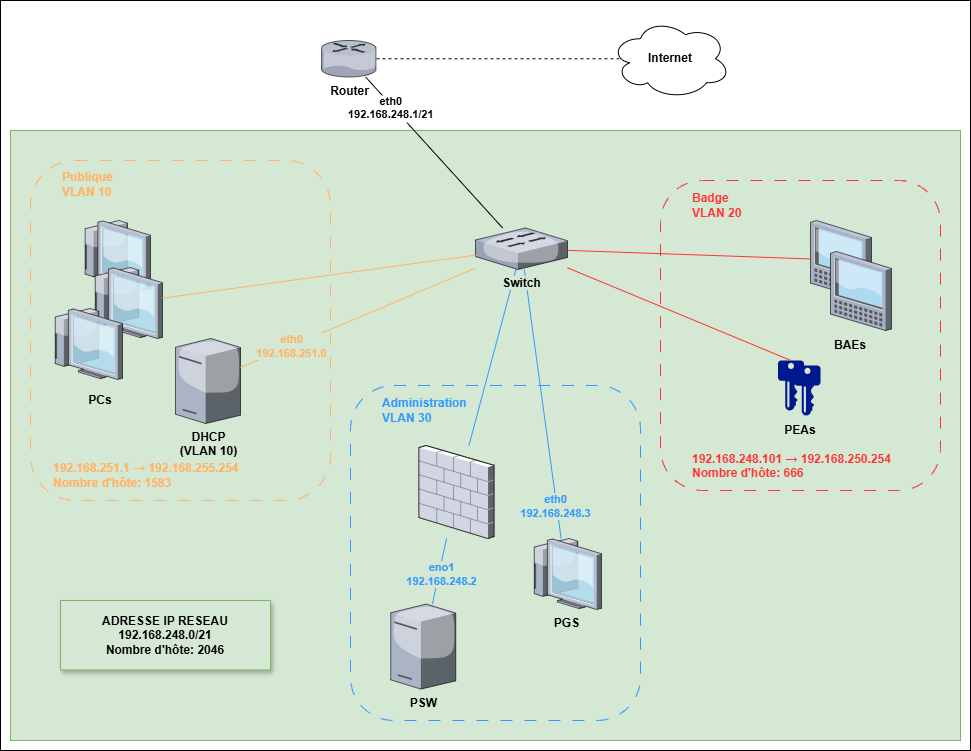
Before: PartieCommune/Reseau/InfraReseau(finale).png, a diagram exported from draw.io (RobinMartineau/Acc-s-campus-). Source tidied: cells renumbered, new cells last; positions are measured from the earlier drawing's top-left corner, leaving out a move shared by most shapes.
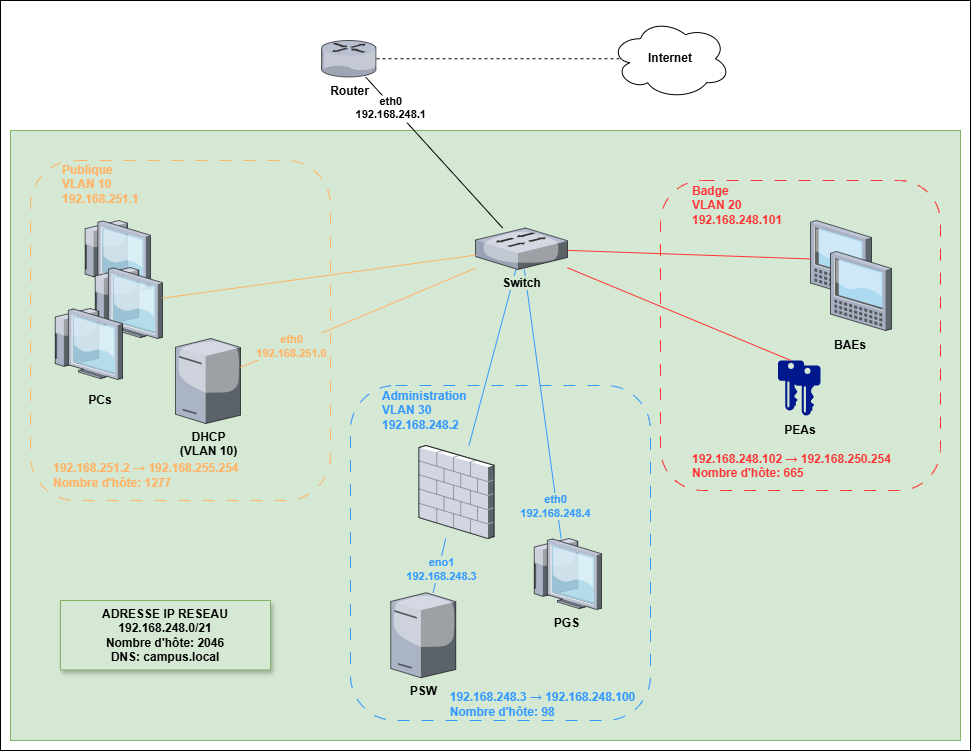
The same diagram one commit later.

Commit message:
Modification du shemas reseau

The edit, as a diff of the source:
```diff
@@ -12,7 +12,7 @@
       <mxGeometry x="30" y="160" width="300" height="340" as="geometry" />
     </mxCell>
     <mxCell id="5" style="rounded=1;whiteSpace=wrap;html=1;fillColor=none;dashed=1;dashPattern=12 12;strokeColor=#3399FF;" parent="1" vertex="1">
-      <mxGeometry x="350" y="385" width="290" height="335" as="geometry" />
+      <mxGeometry x="350" y="385" width="300" height="335" as="geometry" />
     </mxCell>
     <mxCell id="6" style="rounded=1;whiteSpace=wrap;html=1;dashed=1;dashPattern=12 12;fillColor=none;strokeColor=#FF3333;fontStyle=0;strokeWidth=1;perimeterSpacing=0;" parent="1" vertex="1">
       <mxGeometry x="660" y="180" width="280" height="310" as="geometry" />
@@ -26,7 +26,7 @@
     <mxCell id="9" style="shadow=0;dashed=0;html=1;strokeColor=none;labelPosition=center;verticalLabelPosition=bottom;verticalAlign=top;align=center;fillColor=#00188D;shape=mxgraph.mscae.enterprise.key_permissions;" parent="1" vertex="1">
       <mxGeometry x="794" y="365" width="26" height="50" as="geometry" />
     </mxCell>
-    <mxCell id="10" value="&lt;span&gt;ADRESSE IP RESEAU 192.168.248.0/21&lt;/span&gt;&lt;div&gt;&lt;span&gt;Nombre d'hôte:&amp;nbsp;&lt;/span&gt;&lt;span style=&quot;background-color: transparent; color: light-dark(rgb(0, 0, 0), rgb(255, 255, 255));&quot;&gt;2046&lt;/span&gt;&lt;/div&gt;" style="text;html=1;align=center;verticalAlign=middle;whiteSpace=wrap;rounded=0;fontStyle=1;fillColor=#d5e8d4;strokeColor=#82b366;shadow=1;" parent="1" vertex="1">
+    <mxCell id="10" value="&lt;span&gt;ADRESSE IP RESEAU 192.168.248.0/21&lt;/span&gt;&lt;div&gt;&lt;span&gt;Nombre d'hôte:&amp;nbsp;&lt;/span&gt;&lt;span style=&quot;background-color: transparent; color: light-dark(rgb(0, 0, 0), rgb(255, 255, 255));&quot;&gt;2046&lt;/span&gt;&lt;/div&gt;&lt;div&gt;&lt;span style=&quot;background-color: transparent; color: light-dark(rgb(0, 0, 0), rgb(255, 255, 255));&quot;&gt;DNS: campus.local&lt;/span&gt;&lt;/div&gt;" style="text;html=1;align=center;verticalAlign=middle;whiteSpace=wrap;rounded=0;fontStyle=1;fillColor=#d5e8d4;strokeColor=#82b366;shadow=1;" parent="1" vertex="1">
       <mxGeometry x="60" y="600" width="210" height="69.5" as="geometry" />
     </mxCell>
     <mxCell id="11" style="verticalLabelPosition=bottom;sketch=0;html=1;verticalAlign=top;strokeColor=none;align=center;outlineConnect=0;shape=mxgraph.citrix.tablet_1;" parent="1" vertex="1">
@@ -35,7 +35,7 @@
     <mxCell id="12" style="endArrow=none;html=1;rounded=0;strokeColor=#3399FF;" parent="1" edge="1" source="8" target="15">
       <mxGeometry relative="1" as="geometry" />
     </mxCell>
-    <mxCell id="13" value="eth0&lt;div&gt;192.168.248.3&lt;/div&gt;" style="edgeLabel;html=1;align=center;verticalAlign=middle;labelBackgroundColor=light-dark(#d5e8d4, #214210);fontStyle=1;fontColor=#3399FF;" parent="12" vertex="1">
+    <mxCell id="13" value="eth0&lt;div&gt;192.168.248.4&lt;/div&gt;" style="edgeLabel;html=1;align=center;verticalAlign=middle;labelBackgroundColor=light-dark(#d5e8d4, #214210);fontStyle=1;fontColor=#3399FF;" parent="12" vertex="1">
       <mxGeometry x="0.15" y="-2" relative="1" as="geometry">
         <mxPoint x="13" y="122" as="offset" />
       </mxGeometry>
@@ -50,7 +50,7 @@
       <mxGeometry relative="1" as="geometry" />
     </mxCell>
     <mxCell id="17" value="&lt;b&gt;PSW&lt;/b&gt;" style="verticalLabelPosition=bottom;sketch=0;html=1;verticalAlign=top;strokeColor=none;align=center;outlineConnect=0;shape=mxgraph.citrix.tower_server;" parent="1" vertex="1">
-      <mxGeometry x="390.2" y="603.6" width="65" height="85" as="geometry" />
+      <mxGeometry x="390.2" y="592.2" width="65" height="85" as="geometry" />
     </mxCell>
     <mxCell id="18" value="&lt;b&gt;Router&lt;/b&gt;" style="verticalLabelPosition=bottom;sketch=0;html=1;verticalAlign=top;strokeColor=none;align=center;outlineConnect=0;shape=mxgraph.citrix.router;" parent="1" vertex="1">
       <mxGeometry x="321" y="40" width="55" height="36.5" as="geometry" />
@@ -58,15 +58,15 @@
     <mxCell id="19" style="endArrow=none;html=1;rounded=0;" parent="1" edge="1" source="15" target="18">
       <mxGeometry relative="1" as="geometry" />
     </mxCell>
-    <mxCell id="20" value="eth0&#10;192.168.248.1/21" style="edgeLabel;align=center;verticalAlign=middle;labelBackgroundColor=default;textShadow=0;fontStyle=1;" parent="19" vertex="1">
+    <mxCell id="20" value="eth0&#10;192.168.248.1" style="edgeLabel;align=center;verticalAlign=middle;labelBackgroundColor=default;textShadow=0;fontStyle=1;" parent="19" vertex="1">
       <mxGeometry x="0.28" y="2" relative="1" as="geometry">
         <mxPoint x="-23" y="-26" as="offset" />
       </mxGeometry>
     </mxCell>
-    <mxCell id="21" value="192.168.248.101 → 192.168.250.254 Nombre d'hôte: 666" style="text;whiteSpace=wrap;html=1;fontColor=#FF3333;fontStyle=1;" parent="1" vertex="1">
+    <mxCell id="21" value="192.168.248.102 → 192.168.250.254 Nombre d'hôte: 665" style="text;whiteSpace=wrap;html=1;fontColor=#FF3333;fontStyle=1;" parent="1" vertex="1">
       <mxGeometry x="690" y="445" width="230" height="40" as="geometry" />
     </mxCell>
-    <mxCell id="22" value="&lt;div&gt;Badge&lt;/div&gt;VLAN 20" style="text;html=1;align=left;verticalAlign=middle;whiteSpace=wrap;rounded=0;fontColor=#FF3333;fontStyle=1;" parent="1" vertex="1">
+    <mxCell id="22" value="&lt;div&gt;Badge&lt;/div&gt;VLAN 20&lt;div&gt;192.168.248.101&lt;/div&gt;" style="text;html=1;align=left;verticalAlign=middle;whiteSpace=wrap;rounded=0;fontColor=#FF3333;fontStyle=1;" parent="1" vertex="1">
       <mxGeometry x="690" y="190" width="120" height="30" as="geometry" />
     </mxCell>
     <mxCell id="23" style="endArrow=none;html=1;rounded=0;entryX=0.5;entryY=0;entryDx=0;entryDy=0;entryPerimeter=0;strokeColor=#FF3333;" parent="1" edge="1" source="15" target="7">
@@ -81,13 +81,13 @@
     <mxCell id="26" value="PEAs" style="text;html=1;align=center;verticalAlign=middle;whiteSpace=wrap;rounded=0;fontStyle=1;" parent="1" vertex="1">
       <mxGeometry x="770" y="415" width="60" height="30" as="geometry" />
     </mxCell>
-    <mxCell id="27" value="Publique&lt;div&gt;&lt;font&gt;VLAN 10&lt;/font&gt;&lt;/div&gt;" style="text;html=1;align=left;verticalAlign=middle;whiteSpace=wrap;rounded=0;fontStyle=1;fontColor=#FFB366;" parent="1" vertex="1">
+    <mxCell id="27" value="Publique&lt;div&gt;&lt;font&gt;VLAN 10&lt;/font&gt;&lt;/div&gt;&lt;div&gt;&lt;font&gt;192.168.251.1&lt;/font&gt;&lt;/div&gt;" style="text;html=1;align=left;verticalAlign=middle;whiteSpace=wrap;rounded=0;fontStyle=1;fontColor=#FFB366;" parent="1" vertex="1">
       <mxGeometry x="60" y="169" width="60" height="30" as="geometry" />
     </mxCell>
     <mxCell id="28" value="PCs" style="text;html=1;align=center;verticalAlign=middle;whiteSpace=wrap;rounded=0;fontStyle=1;" parent="1" vertex="1">
       <mxGeometry x="70" y="385" width="60" height="30" as="geometry" />
     </mxCell>
-    <mxCell id="29" value="Administration&lt;div&gt;VLAN 30&lt;/div&gt;" style="text;html=1;align=left;verticalAlign=middle;whiteSpace=wrap;rounded=0;fontColor=#3399FF;fontStyle=1;" parent="1" vertex="1">
+    <mxCell id="29" value="Administration&lt;div&gt;VLAN 30&lt;/div&gt;&lt;div&gt;192.168.248.2&lt;/div&gt;" style="text;html=1;align=left;verticalAlign=middle;whiteSpace=wrap;rounded=0;fontColor=#3399FF;fontStyle=1;" parent="1" vertex="1">
       <mxGeometry x="380" y="395" width="60" height="30" as="geometry" />
     </mxCell>
     <mxCell id="30" style="verticalLabelPosition=bottom;sketch=0;html=1;verticalAlign=top;strokeColor=none;align=center;shape=mxgraph.citrix.thin_client;" parent="1" vertex="1">
@@ -111,7 +111,7 @@
     <mxCell id="36" style="endArrow=none;html=1;rounded=0;strokeColor=#3399FF;" parent="1" edge="1" source="17" target="35">
       <mxGeometry relative="1" as="geometry" />
     </mxCell>
-    <mxCell id="37" value="eno1&lt;div&gt;192.168.248.2&lt;/div&gt;" style="edgeLabel;html=1;align=center;verticalAlign=middle;labelBackgroundColor=light-dark(#d5e8d4, #32b532);fontStyle=1;fontColor=#3399FF;" parent="36" vertex="1">
+    <mxCell id="37" value="eno1&lt;div&gt;192.168.248.3&lt;/div&gt;" style="edgeLabel;html=1;align=center;verticalAlign=middle;labelBackgroundColor=light-dark(#d5e8d4, #32b532);fontStyle=1;fontColor=#3399FF;" parent="36" vertex="1">
       <mxGeometry x="0.17" y="-2" relative="1" as="geometry">
         <mxPoint x="-2" y="8" as="offset" />
       </mxGeometry>
@@ -119,7 +119,7 @@
     <mxCell id="38" style="endArrow=none;dashed=1;html=1;rounded=0;entryX=0.083;entryY=0.5;entryDx=0;entryDy=0;entryPerimeter=0;" parent="1" edge="1" source="18" target="34">
       <mxGeometry relative="1" as="geometry" />
     </mxCell>
-    <mxCell id="39" value="192.168.251.1 → 192.168.255.254&lt;br&gt;&lt;div&gt;Nombre d'hôte: 1583&lt;/div&gt;" style="text;html=1;align=left;verticalAlign=middle;whiteSpace=wrap;rounded=0;fontStyle=1;fontColor=#FFB366;" parent="1" vertex="1">
+    <mxCell id="39" value="192.168.251.2 → 192.168.255.254&lt;br&gt;&lt;div&gt;Nombre d'hôte: 1277&lt;/div&gt;" style="text;html=1;align=left;verticalAlign=middle;whiteSpace=wrap;rounded=0;fontStyle=1;fontColor=#FFB366;" parent="1" vertex="1">
       <mxGeometry x="51" y="460" width="200" height="30" as="geometry" />
     </mxCell>
     <mxCell id="40" value="&lt;b&gt;DHCP&lt;/b&gt;&lt;div&gt;&lt;b&gt;(VLAN 10)&lt;/b&gt;&lt;/div&gt;" style="verticalLabelPosition=bottom;sketch=0;html=1;verticalAlign=top;strokeColor=none;align=center;outlineConnect=0;shape=mxgraph.citrix.license_server;" parent="1" vertex="1">
@@ -133,5 +133,8 @@
         <mxPoint x="16" y="-5" as="offset" />
       </mxGeometry>
     </mxCell>
+    <mxCell id="43" value="&lt;span style=&quot;text-align: left;&quot;&gt;192.168.248.3 → 192.168.248.100&lt;/span&gt;&lt;br style=&quot;text-align: left;&quot;&gt;&lt;div style=&quot;text-align: left;&quot;&gt;Nombre d'hôte: 98&lt;/div&gt;" style="text;html=1;align=center;verticalAlign=middle;whiteSpace=wrap;rounded=0;fontColor=#3399FF;fontStyle=1;" parent="1" vertex="1">
+      <mxGeometry x="430" y="688.6" width="225" height="30" as="geometry" />
+    </mxCell>
   </root>
 </mxGraphModel>
```
